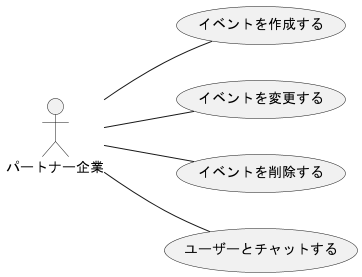
ksw2270227/GroupF keeps this PlantUML diagram as out/F_usecase_client/パートナー企業_usecase(2).png. Above is the earlier version.
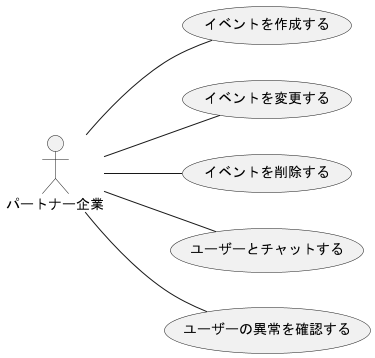
The same file after the commit.

Change to the diagram source:
```diff
@@ -6,6 +6,7 @@
 パートナー企業 -- (イベントを変更する)
 パートナー企業 -- (イベントを削除する)
 パートナー企業 -- (ユーザーとチャットする)
+パートナー企業 -- (ユーザーの異常を確認する)
 
 
 @enduml
```
